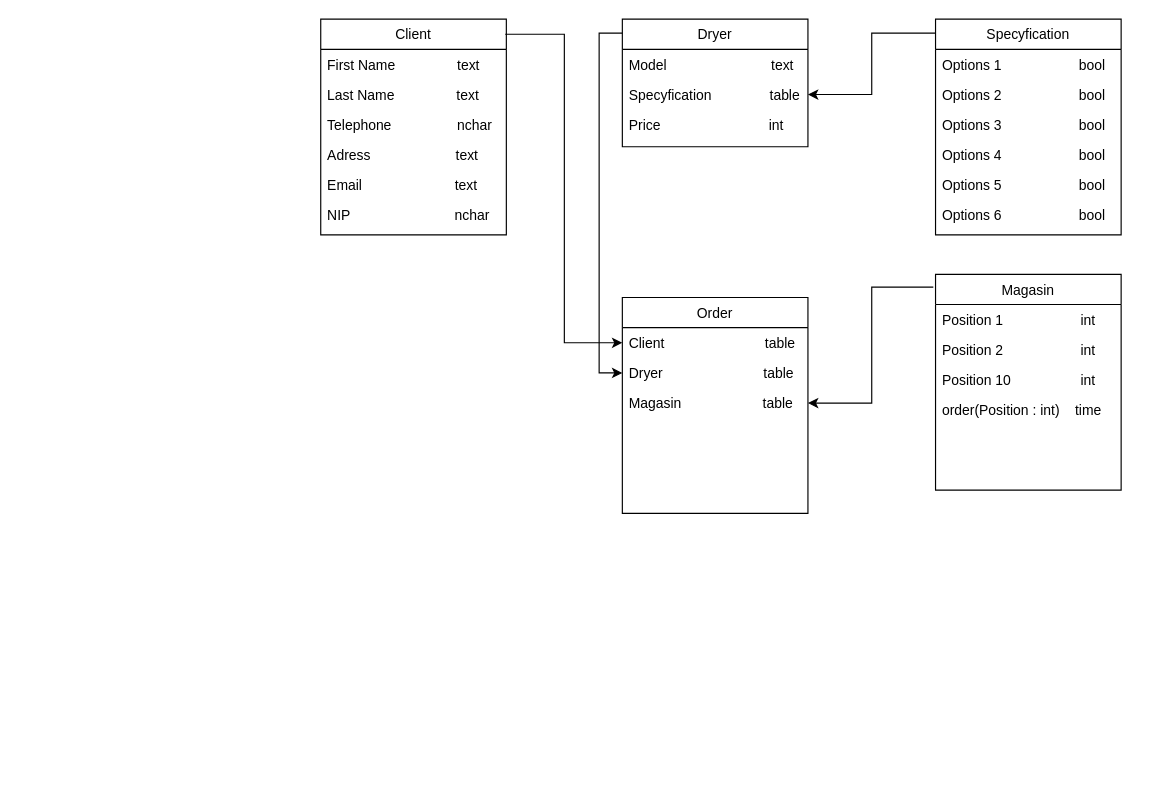
This is Untitled Diagram.drawio from RemigiuszWoj/Harmonogram_APP, a draw.io file, before an edit. Source tidied: cells renumbered, new cells numbered last; positions are measured from the earlier drawing's top-left corner, leaving out a move shared by most shapes. Both pictures are drawn from the tidied source at 116%, with x=0, y=0 at pixel (320, 19).
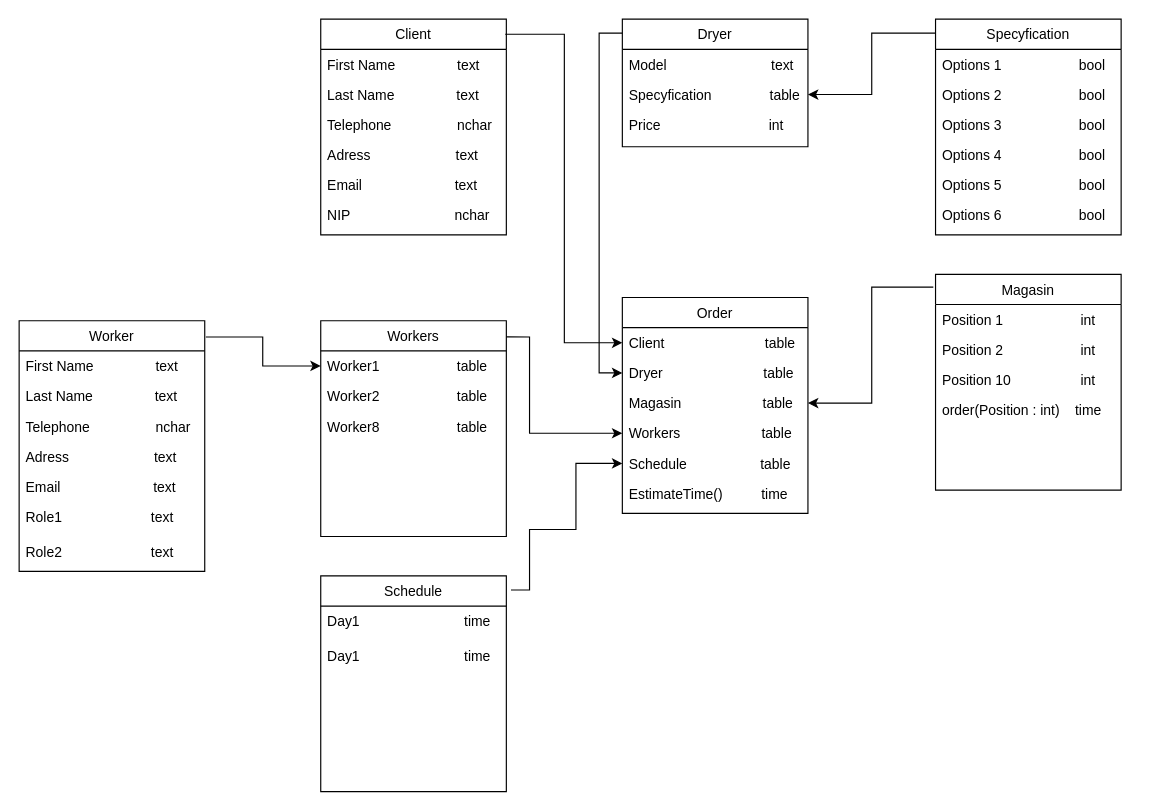
Above is the later version.

The change refers to these unchanged cells:
```xml
<mxCell id="22" value="Order" style="swimlane;fontStyle=0;align=center;verticalAlign=top;horizontal=1;startSize=26;rounded=0;shadow=0;strokeWidth=1;" parent="1" vertex="1">
  <mxGeometry x="260" y="240" width="160" height="186" as="geometry" />
</mxCell>
```

Diff of the diagram source:
```diff
@@
+    <mxCell id="33" value="Workers                     table" style="text;align=left;verticalAlign=top;spacingLeft=4;spacingRight=4;overflow=hidden;points=[[0,0.5],[1,0.5]];portConstraint=eastwest;" parent="22" vertex="1">
+      <mxGeometry y="104" width="160" height="26" as="geometry" />
+    </mxCell>
+    <mxCell id="34" value="Schedule                   table" style="text;align=left;verticalAlign=top;spacingLeft=4;spacingRight=4;overflow=hidden;points=[[0,0.5],[1,0.5]];portConstraint=eastwest;" parent="22" vertex="1">
+      <mxGeometry y="130" width="160" height="26" as="geometry" />
+    </mxCell>
+    <mxCell id="35" value="EstimateTime()          time" style="text;align=left;verticalAlign=top;spacingLeft=4;spacingRight=4;overflow=hidden;" parent="22" vertex="1">
+      <mxGeometry y="156" width="160" height="26" as="geometry" />
+    </mxCell>
@@
+    <mxCell id="36" value="Workers" style="swimlane;fontStyle=0;align=center;verticalAlign=top;horizontal=1;startSize=26;rounded=0;shadow=0;strokeWidth=1;" parent="1" vertex="1">
+      <mxGeometry y="260" width="160" height="186" as="geometry" />
+    </mxCell>
+    <mxCell id="37" value="Worker1                    table" style="text;align=left;verticalAlign=top;spacingLeft=4;spacingRight=4;overflow=hidden;points=[[0,0.5],[1,0.5]];portConstraint=eastwest;" parent="36" vertex="1">
+      <mxGeometry y="26" width="160" height="26" as="geometry" />
+    </mxCell>
+    <mxCell id="38" value="Worker2                    table" style="text;align=left;verticalAlign=top;spacingLeft=4;spacingRight=4;overflow=hidden;" parent="36" vertex="1">
+      <mxGeometry y="52" width="160" height="26" as="geometry" />
+    </mxCell>
+    <mxCell id="39" value="Worker8                    table" style="text;align=left;verticalAlign=top;spacingLeft=4;spacingRight=4;overflow=hidden;" parent="36" vertex="1">
+      <mxGeometry y="78" width="160" height="26" as="geometry" />
+    </mxCell>
+    <mxCell id="40" value="Schedule" style="swimlane;fontStyle=0;align=center;verticalAlign=top;horizontal=1;startSize=26;rounded=0;shadow=0;strokeWidth=1;" parent="1" vertex="1">
+      <mxGeometry y="480" width="160" height="186" as="geometry" />
+    </mxCell>
+    <mxCell id="41" value="Day1                           time" style="text;align=left;verticalAlign=top;spacingLeft=4;spacingRight=4;overflow=hidden;" parent="40" vertex="1">
+      <mxGeometry y="26" width="160" height="30" as="geometry" />
+    </mxCell>
+    <mxCell id="42" value="Day1                           time" style="text;align=left;verticalAlign=top;spacingLeft=4;spacingRight=4;overflow=hidden;" parent="40" vertex="1">
+      <mxGeometry y="56" width="160" height="30" as="geometry" />
+    </mxCell>
+    <mxCell id="43" style="edgeStyle=orthogonalEdgeStyle;rounded=0;jettySize=auto;html=1;entryX=0;entryY=0.5;entryDx=0;entryDy=0;exitX=1;exitY=0.075;exitDx=0;exitDy=0;exitPerimeter=0;" parent="1" edge="1" source="36" target="33">
+      <mxGeometry relative="1" as="geometry">
+        <Array as="points">
+          <mxPoint x="180" y="274" />
+          <mxPoint x="180" y="357" />
+        </Array>
+      </mxGeometry>
+    </mxCell>
+    <mxCell id="44" style="edgeStyle=orthogonalEdgeStyle;rounded=0;jettySize=auto;html=1;entryX=0;entryY=0.5;entryDx=0;entryDy=0;exitX=1.006;exitY=0.065;exitDx=0;exitDy=0;exitPerimeter=0;" parent="1" edge="1" source="45" target="37">
+      <mxGeometry relative="1" as="geometry" />
+    </mxCell>
+    <mxCell id="45" value="Worker" style="swimlane;fontStyle=0;align=center;verticalAlign=top;horizontal=1;startSize=26;rounded=0;shadow=0;strokeWidth=1;" parent="1" vertex="1">
+      <mxGeometry x="-260" y="260" width="160" height="216" as="geometry" />
+    </mxCell>
+    <mxCell id="46" value="First Name                text" style="text;align=left;verticalAlign=top;spacingLeft=4;spacingRight=4;overflow=hidden;" parent="45" vertex="1">
+      <mxGeometry y="26" width="160" height="26" as="geometry" />
+    </mxCell>
+    <mxCell id="47" value="Last Name                text" style="text;align=left;verticalAlign=top;spacingLeft=4;spacingRight=4;overflow=hidden;rounded=0;shadow=0;html=0;" parent="45" vertex="1">
+      <mxGeometry y="52" width="160" height="26" as="geometry" />
+    </mxCell>
+    <mxCell id="48" value="Telephone                 nchar" style="text;align=left;verticalAlign=top;spacingLeft=4;spacingRight=4;overflow=hidden;rounded=0;shadow=0;html=0;" parent="45" vertex="1">
+      <mxGeometry y="78" width="160" height="26" as="geometry" />
+    </mxCell>
+    <mxCell id="49" value="Adress                      text" style="text;align=left;verticalAlign=top;spacingLeft=4;spacingRight=4;overflow=hidden;rounded=0;shadow=0;html=0;" parent="45" vertex="1">
+      <mxGeometry y="104" width="160" height="26" as="geometry" />
+    </mxCell>
+    <mxCell id="50" value="Email                        text" style="text;align=left;verticalAlign=top;spacingLeft=4;spacingRight=4;overflow=hidden;rounded=0;shadow=0;html=0;" parent="45" vertex="1">
+      <mxGeometry y="130" width="160" height="26" as="geometry" />
+    </mxCell>
+    <mxCell id="51" value="Role1                       text" style="text;align=left;verticalAlign=top;spacingLeft=4;spacingRight=4;overflow=hidden;" parent="45" vertex="1">
+      <mxGeometry y="156" width="160" height="30" as="geometry" />
+    </mxCell>
+    <mxCell id="52" value="Role2                       text" style="text;align=left;verticalAlign=top;spacingLeft=4;spacingRight=4;overflow=hidden;" parent="45" vertex="1">
+      <mxGeometry y="186" width="160" height="30" as="geometry" />
+    </mxCell>
+    <mxCell id="53" style="edgeStyle=orthogonalEdgeStyle;rounded=0;jettySize=auto;html=1;entryX=0;entryY=0.5;entryDx=0;entryDy=0;exitX=1.025;exitY=0.065;exitDx=0;exitDy=0;exitPerimeter=0;" parent="1" edge="1" source="40" target="34">
+      <mxGeometry relative="1" as="geometry">
+        <Array as="points">
+          <mxPoint x="180" y="492" />
+          <mxPoint x="180" y="440" />
+          <mxPoint x="220" y="440" />
+          <mxPoint x="220" y="383" />
+        </Array>
+      </mxGeometry>
+    </mxCell>
```
